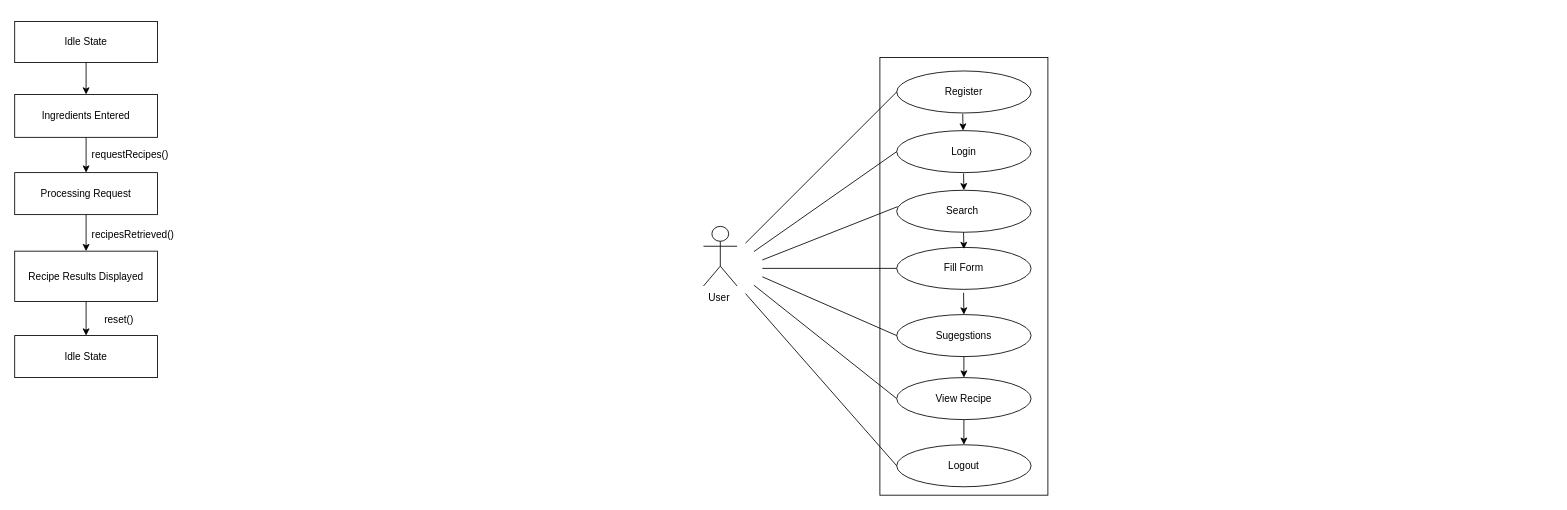
Above: Untitled Diagram.drawio in R0shina/RRS (draw.io), before the change. Source tidied: cells renumbered, new cells numbered last; positions are measured from the earlier drawing's top-left corner, leaving out a move shared by most shapes. Both pictures are drawn from the tidied source at 84%, with x=0, y=0 at pixel (14, 21).
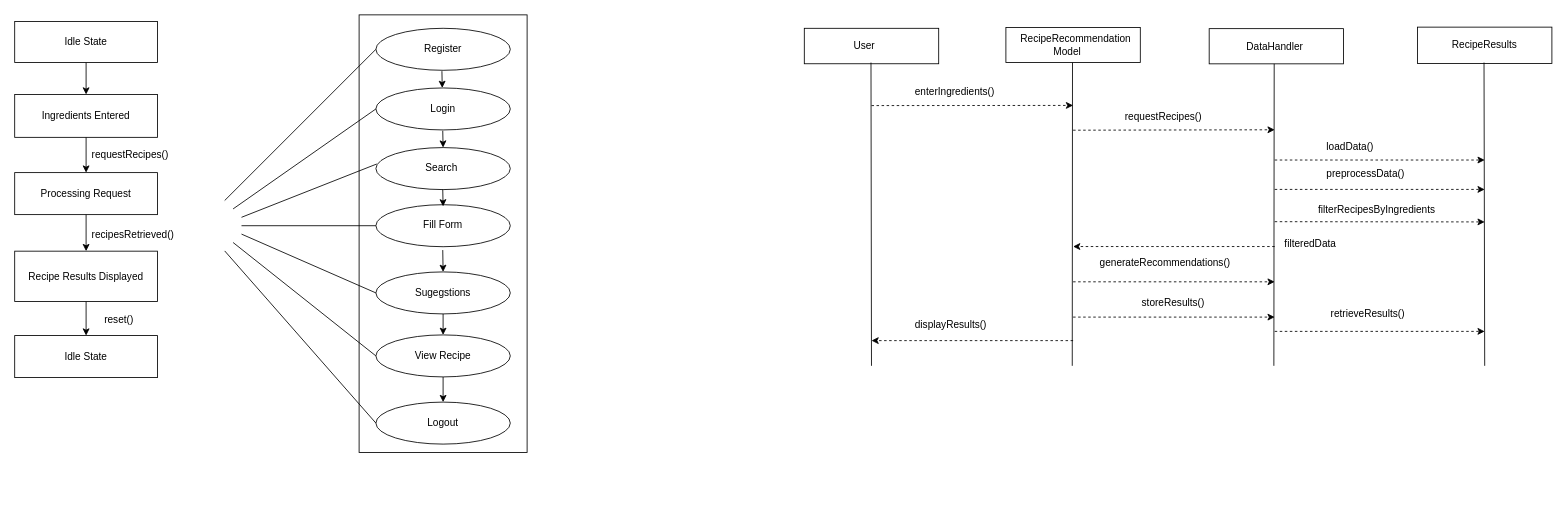
The same page after the edit.

Diff of the diagram source:
```diff
@@
-    <mxCell id="2" style="rounded=0;whiteSpace=wrap;html=1;" parent="1" vertex="1">
-      <mxGeometry x="1030" y="43" width="200" height="521" as="geometry" />
-    </mxCell>
-    <mxCell id="3" value="Register" style="ellipse;whiteSpace=wrap;html=1;" parent="1" vertex="1">
-      <mxGeometry x="1050" y="59" width="160" height="50" as="geometry" />
-    </mxCell>
-    <mxCell id="4" value="Login" style="ellipse;whiteSpace=wrap;html=1;" parent="1" vertex="1">
-      <mxGeometry x="1050" y="130" width="160" height="50" as="geometry" />
-    </mxCell>
-    <mxCell id="5" value="Search&amp;nbsp;" style="ellipse;whiteSpace=wrap;html=1;" parent="1" vertex="1">
-      <mxGeometry x="1050" y="201" width="160" height="50" as="geometry" />
-    </mxCell>
-    <mxCell id="6" value="Fill Form" style="ellipse;whiteSpace=wrap;html=1;" parent="1" vertex="1">
-      <mxGeometry x="1050" y="269" width="160" height="50" as="geometry" />
-    </mxCell>
-    <mxCell id="7" value="Logout" style="ellipse;whiteSpace=wrap;html=1;" parent="1" vertex="1">
-      <mxGeometry x="1050" y="504" width="160" height="50" as="geometry" />
-    </mxCell>
-    <mxCell id="8" value="User&amp;nbsp;" style="shape=umlActor;verticalLabelPosition=bottom;verticalAlign=top;html=1;" parent="1" vertex="1">
-      <mxGeometry x="820" y="244" width="40" height="71" as="geometry" />
-    </mxCell>
-    <mxCell id="9" style="endArrow=classic;html=1;rounded=0;" parent="1" edge="1">
-      <mxGeometry relative="1" as="geometry">
-        <mxPoint x="1128.6" y="110" as="sourcePoint" />
-        <mxPoint x="1129" y="130" as="targetPoint" />
-      </mxGeometry>
-    </mxCell>
-    <mxCell id="10" style="endArrow=classic;html=1;rounded=0;" parent="1" edge="1">
-      <mxGeometry relative="1" as="geometry">
-        <mxPoint x="1129.6" y="181" as="sourcePoint" />
-        <mxPoint x="1130" y="201" as="targetPoint" />
-      </mxGeometry>
-    </mxCell>
-    <mxCell id="11" style="endArrow=classic;html=1;rounded=0;" parent="1" edge="1">
-      <mxGeometry relative="1" as="geometry">
-        <mxPoint x="1129.6" y="251" as="sourcePoint" />
-        <mxPoint x="1130" y="271" as="targetPoint" />
-      </mxGeometry>
-    </mxCell>
-    <mxCell id="12" style="endArrow=classic;html=1;rounded=0;entryX=0.5;entryY=0;entryDx=0;entryDy=0;" parent="1" edge="1" target="20">
-      <mxGeometry relative="1" as="geometry">
-        <mxPoint x="1129.6" y="323" as="sourcePoint" />
-      </mxGeometry>
-    </mxCell>
-    <mxCell id="13" style="endArrow=classic;html=1;rounded=0;entryX=0.5;entryY=0;entryDx=0;entryDy=0;" parent="1" edge="1" source="22" target="7">
-      <mxGeometry relative="1" as="geometry" />
-    </mxCell>
-    <mxCell id="14" style="endArrow=none;html=1;rounded=0;entryX=0;entryY=0.5;entryDx=0;entryDy=0;" parent="1" edge="1" target="3">
-      <mxGeometry relative="1" as="geometry">
-        <mxPoint x="870" y="264" as="sourcePoint" />
-      </mxGeometry>
-    </mxCell>
-    <mxCell id="15" style="endArrow=none;html=1;rounded=0;entryX=0;entryY=0.5;entryDx=0;entryDy=0;" parent="1" edge="1" target="4">
-      <mxGeometry relative="1" as="geometry">
-        <mxPoint x="880" y="274" as="sourcePoint" />
-      </mxGeometry>
-    </mxCell>
-    <mxCell id="16" style="endArrow=none;html=1;rounded=0;entryX=0.006;entryY=0.391;entryDx=0;entryDy=0;entryPerimeter=0;" parent="1" edge="1" target="5">
-      <mxGeometry relative="1" as="geometry">
-        <mxPoint x="890" y="284" as="sourcePoint" />
-      </mxGeometry>
-    </mxCell>
-    <mxCell id="17" style="endArrow=none;html=1;rounded=0;entryX=0;entryY=0.5;entryDx=0;entryDy=0;" parent="1" edge="1" target="6">
-      <mxGeometry relative="1" as="geometry">
-        <mxPoint x="890" y="294" as="sourcePoint" />
-      </mxGeometry>
-    </mxCell>
-    <mxCell id="18" style="endArrow=none;html=1;rounded=0;entryX=0;entryY=0.5;entryDx=0;entryDy=0;" parent="1" edge="1" target="22">
-      <mxGeometry relative="1" as="geometry">
-        <mxPoint x="880" y="314" as="sourcePoint" />
-      </mxGeometry>
-    </mxCell>
-    <mxCell id="19" style="endArrow=none;html=1;rounded=0;entryX=0;entryY=0.5;entryDx=0;entryDy=0;" parent="1" edge="1" target="7">
-      <mxGeometry relative="1" as="geometry">
-        <mxPoint x="870" y="324" as="sourcePoint" />
-      </mxGeometry>
-    </mxCell>
-    <mxCell id="20" value="Sugegstions" style="ellipse;whiteSpace=wrap;html=1;" parent="1" vertex="1">
-      <mxGeometry x="1050" y="349" width="160" height="50" as="geometry" />
-    </mxCell>
-    <mxCell id="21" style="endArrow=classic;html=1;rounded=0;entryX=0.5;entryY=0;entryDx=0;entryDy=0;" parent="1" edge="1" target="22">
-      <mxGeometry relative="1" as="geometry">
-        <mxPoint x="1130" y="444" as="sourcePoint" />
-      </mxGeometry>
-    </mxCell>
-    <mxCell id="22" value="View Recipe" style="ellipse;whiteSpace=wrap;html=1;" parent="1" vertex="1">
-      <mxGeometry x="1050" y="424" width="160" height="50" as="geometry" />
-    </mxCell>
-    <mxCell id="23" style="endArrow=classic;html=1;rounded=0;exitX=0.5;exitY=1;exitDx=0;exitDy=0;" parent="1" edge="1" source="20" target="22">
-      <mxGeometry relative="1" as="geometry" />
-    </mxCell>
-    <mxCell id="24" style="endArrow=none;html=1;rounded=0;entryX=0;entryY=0.5;entryDx=0;entryDy=0;" parent="1" edge="1" target="20">
-      <mxGeometry relative="1" as="geometry">
-        <mxPoint x="890" y="304" as="sourcePoint" />
-      </mxGeometry>
-    </mxCell>
@@
+    <mxCell id="37" style="rounded=0;whiteSpace=wrap;html=1;" parent="1" vertex="1">
+      <mxGeometry x="410" y="-7.8" width="200" height="521" as="geometry" />
+    </mxCell>
+    <mxCell id="3" value="Register" style="ellipse;whiteSpace=wrap;html=1;" parent="1" vertex="1">
+      <mxGeometry x="430" y="8.2" width="160" height="50" as="geometry" />
+    </mxCell>
+    <mxCell id="4" value="Login" style="ellipse;whiteSpace=wrap;html=1;" parent="1" vertex="1">
+      <mxGeometry x="430" y="79.2" width="160" height="50" as="geometry" />
+    </mxCell>
+    <mxCell id="5" value="Search&amp;nbsp;" style="ellipse;whiteSpace=wrap;html=1;" parent="1" vertex="1">
+      <mxGeometry x="430" y="150.2" width="160" height="50" as="geometry" />
+    </mxCell>
+    <mxCell id="6" value="Fill Form" style="ellipse;whiteSpace=wrap;html=1;" parent="1" vertex="1">
+      <mxGeometry x="430" y="218.2" width="160" height="50" as="geometry" />
+    </mxCell>
+    <mxCell id="7" value="Logout" style="ellipse;whiteSpace=wrap;html=1;" parent="1" vertex="1">
+      <mxGeometry x="430" y="453.2" width="160" height="50" as="geometry" />
+    </mxCell>
+    <mxCell id="38" style="endArrow=classic;html=1;rounded=0;" parent="1" edge="1">
+      <mxGeometry relative="1" as="geometry">
+        <mxPoint x="508.6" y="59.2" as="sourcePoint" />
+        <mxPoint x="509" y="79.2" as="targetPoint" />
+      </mxGeometry>
+    </mxCell>
+    <mxCell id="39" style="endArrow=classic;html=1;rounded=0;" parent="1" edge="1">
+      <mxGeometry relative="1" as="geometry">
+        <mxPoint x="509.6" y="130.2" as="sourcePoint" />
+        <mxPoint x="510" y="150.2" as="targetPoint" />
+      </mxGeometry>
+    </mxCell>
+    <mxCell id="40" style="endArrow=classic;html=1;rounded=0;" parent="1" edge="1">
+      <mxGeometry relative="1" as="geometry">
+        <mxPoint x="509.6" y="200.2" as="sourcePoint" />
+        <mxPoint x="510" y="220.2" as="targetPoint" />
+      </mxGeometry>
+    </mxCell>
+    <mxCell id="41" style="endArrow=classic;html=1;rounded=0;entryX=0.5;entryY=0;entryDx=0;entryDy=0;" parent="1" edge="1" target="20">
+      <mxGeometry relative="1" as="geometry">
+        <mxPoint x="509.6" y="272.2" as="sourcePoint" />
+      </mxGeometry>
+    </mxCell>
+    <mxCell id="13" style="endArrow=classic;html=1;rounded=0;entryX=0.5;entryY=0;entryDx=0;entryDy=0;" parent="1" edge="1" source="22" target="7">
+      <mxGeometry relative="1" as="geometry" />
+    </mxCell>
+    <mxCell id="42" style="endArrow=none;html=1;rounded=0;entryX=0;entryY=0.5;entryDx=0;entryDy=0;" parent="1" edge="1" target="3">
+      <mxGeometry relative="1" as="geometry">
+        <mxPoint x="250" y="213.2" as="sourcePoint" />
+      </mxGeometry>
+    </mxCell>
+    <mxCell id="43" style="endArrow=none;html=1;rounded=0;entryX=0;entryY=0.5;entryDx=0;entryDy=0;" parent="1" edge="1" target="4">
+      <mxGeometry relative="1" as="geometry">
+        <mxPoint x="260" y="223.2" as="sourcePoint" />
+      </mxGeometry>
+    </mxCell>
+    <mxCell id="44" style="endArrow=none;html=1;rounded=0;entryX=0.006;entryY=0.391;entryDx=0;entryDy=0;entryPerimeter=0;" parent="1" edge="1" target="5">
+      <mxGeometry relative="1" as="geometry">
+        <mxPoint x="270" y="233.2" as="sourcePoint" />
+      </mxGeometry>
+    </mxCell>
+    <mxCell id="45" style="endArrow=none;html=1;rounded=0;entryX=0;entryY=0.5;entryDx=0;entryDy=0;" parent="1" edge="1" target="6">
+      <mxGeometry relative="1" as="geometry">
+        <mxPoint x="270" y="243.2" as="sourcePoint" />
+      </mxGeometry>
+    </mxCell>
+    <mxCell id="46" style="endArrow=none;html=1;rounded=0;entryX=0;entryY=0.5;entryDx=0;entryDy=0;" parent="1" edge="1" target="22">
+      <mxGeometry relative="1" as="geometry">
+        <mxPoint x="260" y="263.2" as="sourcePoint" />
+      </mxGeometry>
+    </mxCell>
+    <mxCell id="47" style="endArrow=none;html=1;rounded=0;entryX=0;entryY=0.5;entryDx=0;entryDy=0;" parent="1" edge="1" target="7">
+      <mxGeometry relative="1" as="geometry">
+        <mxPoint x="250" y="273.2" as="sourcePoint" />
+      </mxGeometry>
+    </mxCell>
+    <mxCell id="20" value="Sugegstions" style="ellipse;whiteSpace=wrap;html=1;" parent="1" vertex="1">
+      <mxGeometry x="430" y="298.2" width="160" height="50" as="geometry" />
+    </mxCell>
+    <mxCell id="48" style="endArrow=classic;html=1;rounded=0;entryX=0.5;entryY=0;entryDx=0;entryDy=0;" parent="1" edge="1" target="22">
+      <mxGeometry relative="1" as="geometry">
+        <mxPoint x="510" y="393.2" as="sourcePoint" />
+      </mxGeometry>
+    </mxCell>
+    <mxCell id="22" value="View Recipe" style="ellipse;whiteSpace=wrap;html=1;" parent="1" vertex="1">
+      <mxGeometry x="430" y="373.2" width="160" height="50" as="geometry" />
+    </mxCell>
+    <mxCell id="23" style="endArrow=classic;html=1;rounded=0;exitX=0.5;exitY=1;exitDx=0;exitDy=0;" parent="1" edge="1" source="20" target="22">
+      <mxGeometry relative="1" as="geometry" />
+    </mxCell>
+    <mxCell id="49" style="endArrow=none;html=1;rounded=0;entryX=0;entryY=0.5;entryDx=0;entryDy=0;" parent="1" edge="1" target="20">
+      <mxGeometry relative="1" as="geometry">
+        <mxPoint x="270" y="253.2" as="sourcePoint" />
+      </mxGeometry>
+    </mxCell>
+    <mxCell id="8" value="User&amp;nbsp; &amp;nbsp; &amp;nbsp;" style="rounded=0;whiteSpace=wrap;html=1;" parent="1" vertex="1">
+      <mxGeometry x="940" y="8.2" width="160" height="42.2" as="geometry" />
+    </mxCell>
+    <mxCell id="50" value="RecipeResults" style="rounded=0;whiteSpace=wrap;html=1;" parent="1" vertex="1">
+      <mxGeometry x="1670" y="6.8" width="160" height="43.2" as="geometry" />
+    </mxCell>
+    <mxCell id="51" value="DataHandler&amp;nbsp;" style="rounded=0;whiteSpace=wrap;html=1;" parent="1" vertex="1">
+      <mxGeometry x="1422" y="8.6" width="160" height="41.9" as="geometry" />
+    </mxCell>
+    <mxCell id="52" value="&amp;nbsp; RecipeRecommendation&lt;div&gt;Model&amp;nbsp; &amp;nbsp;&amp;nbsp;&lt;/div&gt;" style="rounded=0;whiteSpace=wrap;html=1;" parent="1" vertex="1">
+      <mxGeometry x="1180" y="7.2" width="160" height="41.8" as="geometry" />
+    </mxCell>
+    <mxCell id="53" style="endArrow=none;html=1;rounded=0;entryX=0.5;entryY=1;entryDx=0;entryDy=0;" parent="1" edge="1">
+      <mxGeometry relative="1" as="geometry">
+        <mxPoint x="1020" y="410" as="sourcePoint" />
+        <mxPoint x="1019.4" y="49" as="targetPoint" />
+      </mxGeometry>
+    </mxCell>
+    <mxCell id="54" style="endArrow=none;html=1;rounded=0;entryX=0.5;entryY=1;entryDx=0;entryDy=0;" parent="1" edge="1">
+      <mxGeometry relative="1" as="geometry">
+        <mxPoint x="1750" y="410" as="sourcePoint" />
+        <mxPoint x="1749.2" y="49" as="targetPoint" />
+      </mxGeometry>
+    </mxCell>
+    <mxCell id="55" style="endArrow=none;html=1;rounded=0;entryX=0.5;entryY=1;entryDx=0;entryDy=0;" parent="1" edge="1">
+      <mxGeometry relative="1" as="geometry">
+        <mxPoint x="1259" y="410" as="sourcePoint" />
+        <mxPoint x="1259.3" y="49" as="targetPoint" />
+      </mxGeometry>
+    </mxCell>
+    <mxCell id="56" style="endArrow=none;html=1;rounded=0;entryX=0.5;entryY=1;entryDx=0;entryDy=0;" parent="1" edge="1">
+      <mxGeometry relative="1" as="geometry">
+        <mxPoint x="1499" y="410" as="sourcePoint" />
+        <mxPoint x="1499.4" y="50.5" as="targetPoint" />
+      </mxGeometry>
+    </mxCell>
+    <mxCell id="57" style="endArrow=classic;html=1;rounded=0;dashed=1;" parent="1" edge="1">
+      <mxGeometry relative="1" as="geometry">
+        <mxPoint x="1020" y="100.2" as="sourcePoint" />
+        <mxPoint x="1260" y="100" as="targetPoint" />
+      </mxGeometry>
+    </mxCell>
+    <mxCell id="58" style="endArrow=classic;html=1;rounded=0;dashed=1;" parent="1" edge="1">
+      <mxGeometry relative="1" as="geometry">
+        <mxPoint x="1260" y="129.5" as="sourcePoint" />
+        <mxPoint x="1500" y="129" as="targetPoint" />
+      </mxGeometry>
+    </mxCell>
+    <mxCell id="59" style="endArrow=classic;html=1;rounded=0;dashed=1;" parent="1" edge="1">
+      <mxGeometry relative="1" as="geometry">
+        <mxPoint x="1500" y="369" as="sourcePoint" />
+        <mxPoint x="1750" y="369" as="targetPoint" />
+      </mxGeometry>
+    </mxCell>
+    <mxCell id="60" style="endArrow=classic;html=1;rounded=0;dashed=1;" parent="1" edge="1">
+      <mxGeometry relative="1" as="geometry">
+        <mxPoint x="1500" y="238.4" as="sourcePoint" />
+        <mxPoint x="1750" y="238.7" as="targetPoint" />
+      </mxGeometry>
+    </mxCell>
+    <mxCell id="61" style="endArrow=classic;html=1;rounded=0;dashed=1;" parent="1" edge="1">
+      <mxGeometry relative="1" as="geometry">
+        <mxPoint x="1500" y="200" as="sourcePoint" />
+        <mxPoint x="1750" y="200" as="targetPoint" />
+      </mxGeometry>
+    </mxCell>
+    <mxCell id="62" style="endArrow=classic;html=1;rounded=0;dashed=1;" parent="1" edge="1">
+      <mxGeometry relative="1" as="geometry">
+        <mxPoint x="1500" y="165" as="sourcePoint" />
+        <mxPoint x="1750" y="165" as="targetPoint" />
+      </mxGeometry>
+    </mxCell>
+    <mxCell id="63" value="&lt;span class=&quot;hljs-built_in&quot;&gt;enterIngredients&lt;/span&gt;()" style="text;whiteSpace=wrap;html=1;" parent="1" vertex="1">
+      <mxGeometry x="1070" y="70" width="130" height="40" as="geometry" />
+    </mxCell>
+    <mxCell id="64" value="&lt;span class=&quot;hljs-built_in&quot;&gt;requestRecipes&lt;/span&gt;()" style="text;whiteSpace=wrap;html=1;" parent="1" vertex="1">
+      <mxGeometry x="1320" y="100" width="120" height="40" as="geometry" />
+    </mxCell>
+    <mxCell id="65" value="&lt;span class=&quot;hljs-built_in&quot;&gt;loadData&lt;/span&gt;()" style="text;whiteSpace=wrap;html=1;" parent="1" vertex="1">
+      <mxGeometry x="1560" y="135" width="90" height="40" as="geometry" />
+    </mxCell>
+    <mxCell id="66" value="&lt;span class=&quot;hljs-built_in&quot;&gt;preprocessData&lt;/span&gt;()" style="text;whiteSpace=wrap;html=1;" parent="1" vertex="1">
+      <mxGeometry x="1560" y="168.2" width="130" height="40" as="geometry" />
+    </mxCell>
+    <mxCell id="67" value="filterRecipesByIngredients" style="text;whiteSpace=wrap;html=1;" parent="1" vertex="1">
+      <mxGeometry x="1550" y="210" width="170" height="40" as="geometry" />
+    </mxCell>
+    <mxCell id="68" value="&lt;span class=&quot;hljs-built_in&quot;&gt;retrieveResults&lt;/span&gt;()" style="text;whiteSpace=wrap;html=1;" parent="1" vertex="1">
+      <mxGeometry x="1565" y="334" width="120" height="40" as="geometry" />
+    </mxCell>
+    <mxCell id="69" style="endArrow=classic;html=1;rounded=0;dashed=1;" parent="1" edge="1">
+      <mxGeometry relative="1" as="geometry">
+        <mxPoint x="1260" y="352" as="sourcePoint" />
+        <mxPoint x="1500" y="352" as="targetPoint" />
+      </mxGeometry>
+    </mxCell>
+    <mxCell id="70" value="&lt;span class=&quot;hljs-built_in&quot;&gt;storeResults&lt;/span&gt;()" style="text;whiteSpace=wrap;html=1;" parent="1" vertex="1">
+      <mxGeometry x="1340" y="321" width="110" height="40" as="geometry" />
+    </mxCell>
+    <mxCell id="71" style="endArrow=classic;html=1;rounded=0;dashed=1;" parent="1" edge="1">
+      <mxGeometry relative="1" as="geometry">
+        <mxPoint x="1260" y="310" as="sourcePoint" />
+        <mxPoint x="1500" y="310" as="targetPoint" />
+      </mxGeometry>
+    </mxCell>
+    <mxCell id="72" value="&lt;span class=&quot;hljs-built_in&quot;&gt;generateRecommendations&lt;/span&gt;()" style="text;whiteSpace=wrap;html=1;" parent="1" vertex="1">
+      <mxGeometry x="1290" y="273.5" width="190" height="40" as="geometry" />
+    </mxCell>
+    <mxCell id="73" style="endArrow=classic;html=1;rounded=0;dashed=1;" parent="1" edge="1">
+      <mxGeometry relative="1" as="geometry">
+        <mxPoint x="1500" y="268" as="sourcePoint" />
+        <mxPoint x="1260" y="268" as="targetPoint" />
+      </mxGeometry>
+    </mxCell>
+    <mxCell id="74" value="filteredData" style="text;whiteSpace=wrap;html=1;" parent="1" vertex="1">
+      <mxGeometry x="1510" y="250.5" width="90" height="40" as="geometry" />
+    </mxCell>
+    <mxCell id="75" style="endArrow=classic;html=1;rounded=0;dashed=1;" parent="1" edge="1">
+      <mxGeometry relative="1" as="geometry">
+        <mxPoint x="1260" y="380" as="sourcePoint" />
+        <mxPoint x="1020" y="380" as="targetPoint" />
+      </mxGeometry>
+    </mxCell>
+    <mxCell id="76" value="&lt;span class=&quot;hljs-built_in&quot;&gt;displayResults&lt;/span&gt;()" style="text;whiteSpace=wrap;html=1;" parent="1" vertex="1">
+      <mxGeometry x="1070" y="348.2" width="120" height="40" as="geometry" />
+    </mxCell>
```
